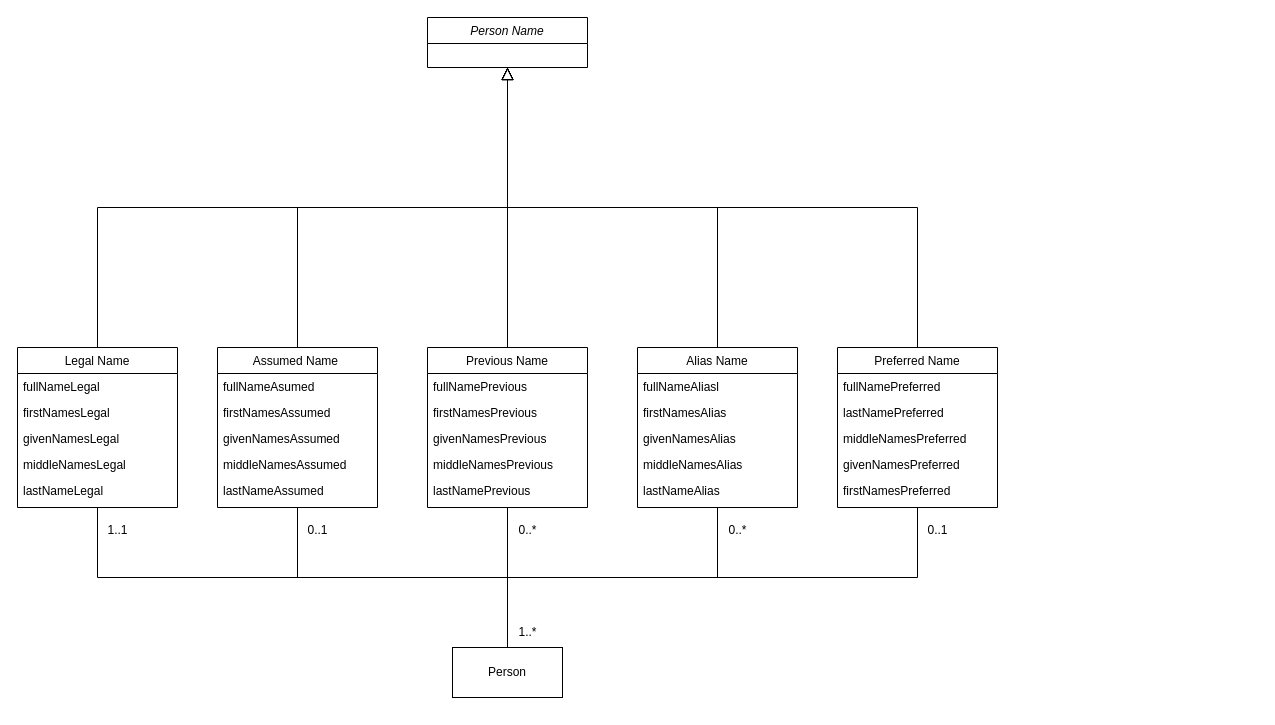
The draw.io diagram docs/schemas/PersonName_UML.drawio in bcgov/inclusive-names-service, before the edit. Source tidied: cells renumbered, new cells numbered last; positions are measured from the earlier drawing's top-left corner, leaving out a move shared by most shapes. Both pictures are drawn from the tidied source at 100%, with x=0, y=0 at pixel (17, 17).
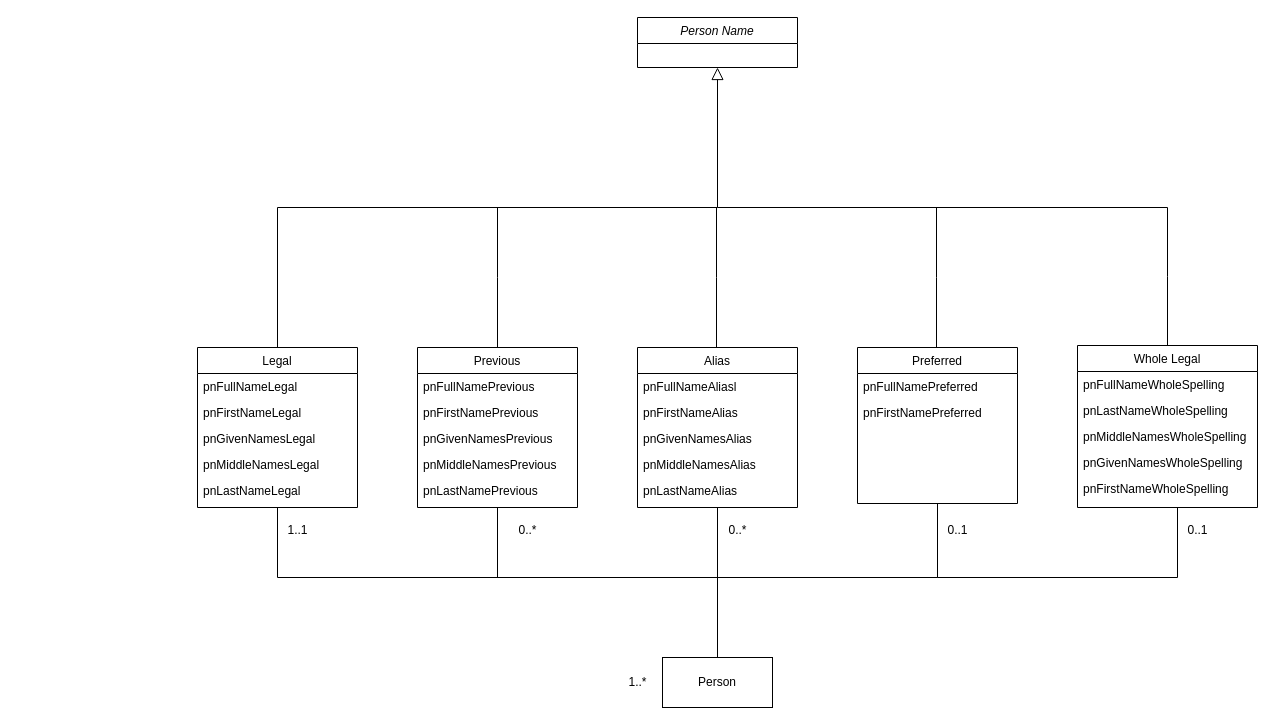
After the change.

Commit message (it also covers changes not shown here):
fixed schemas directory examples

Change to the diagram source:
```diff
@@
     <mxCell id="2" value="Person Name" style="swimlane;fontStyle=2;align=center;verticalAlign=top;horizontal=1;startSize=26;rounded=0;shadow=0;strokeWidth=1;" parent="1" vertex="1">
-      <mxGeometry x="410" width="160" height="50" as="geometry" />
+      <mxGeometry x="620" width="160" height="50" as="geometry" />
     </mxCell>
-    <mxCell id="3" value="Legal Name" style="swimlane;fontStyle=0;align=center;verticalAlign=top;horizontal=1;startSize=26;rounded=0;shadow=0;strokeWidth=1;" parent="1" vertex="1">
-      <mxGeometry y="330" width="160" height="160" as="geometry" />
+    <mxCell id="3" value="Legal" style="swimlane;fontStyle=0;align=center;verticalAlign=top;horizontal=1;startSize=26;rounded=0;shadow=0;strokeWidth=1;" parent="1" vertex="1">
+      <mxGeometry x="180" y="330" width="160" height="160" as="geometry" />
     </mxCell>
-    <mxCell id="4" value="fullNameLegal" style="text;align=left;verticalAlign=top;spacingLeft=4;spacingRight=4;overflow=hidden;" parent="3" vertex="1">
+    <mxCell id="4" value="pnFullNameLegal" style="text;align=left;verticalAlign=top;spacingLeft=4;spacingRight=4;overflow=hidden;" parent="3" vertex="1">
       <mxGeometry y="26" width="160" height="26" as="geometry" />
     </mxCell>
-    <mxCell id="5" value="firstNamesLegal" style="text;align=left;verticalAlign=top;spacingLeft=4;spacingRight=4;overflow=hidden;rounded=0;shadow=0;html=0;" parent="3" vertex="1">
+    <mxCell id="5" value="pnFirstNameLegal" style="text;align=left;verticalAlign=top;spacingLeft=4;spacingRight=4;overflow=hidden;rounded=0;shadow=0;html=0;" parent="3" vertex="1">
       <mxGeometry y="52" width="160" height="26" as="geometry" />
     </mxCell>
-    <mxCell id="6" value="givenNamesLegal" style="text;align=left;verticalAlign=top;spacingLeft=4;spacingRight=4;overflow=hidden;rounded=0;shadow=0;html=0;" parent="3" vertex="1">
+    <mxCell id="6" value="pnGivenNamesLegal" style="text;align=left;verticalAlign=top;spacingLeft=4;spacingRight=4;overflow=hidden;rounded=0;shadow=0;html=0;" parent="3" vertex="1">
       <mxGeometry y="78" width="160" height="26" as="geometry" />
     </mxCell>
-    <mxCell id="7" value="middleNamesLegal" style="text;align=left;verticalAlign=top;spacingLeft=4;spacingRight=4;overflow=hidden;rounded=0;shadow=0;html=0;" parent="3" vertex="1">
+    <mxCell id="7" value="pnMiddleNamesLegal" style="text;align=left;verticalAlign=top;spacingLeft=4;spacingRight=4;overflow=hidden;rounded=0;shadow=0;html=0;" parent="3" vertex="1">
       <mxGeometry y="104" width="160" height="26" as="geometry" />
     </mxCell>
-    <mxCell id="8" value="lastNameLegal" style="text;align=left;verticalAlign=top;spacingLeft=4;spacingRight=4;overflow=hidden;rounded=0;shadow=0;html=0;" parent="3" vertex="1">
+    <mxCell id="8" value="pnLastNameLegal" style="text;align=left;verticalAlign=top;spacingLeft=4;spacingRight=4;overflow=hidden;rounded=0;shadow=0;html=0;" parent="3" vertex="1">
       <mxGeometry y="130" width="160" height="26" as="geometry" />
     </mxCell>
@@
-    <mxCell id="10" value="Assumed Name " style="swimlane;fontStyle=0;align=center;verticalAlign=top;horizontal=1;startSize=26;rounded=0;shadow=0;strokeWidth=1;" parent="1" vertex="1">
-      <mxGeometry x="200" y="330" width="160" height="160" as="geometry" />
-    </mxCell>
-    <mxCell id="11" value="fullNameAsumed" style="text;align=left;verticalAlign=top;spacingLeft=4;spacingRight=4;overflow=hidden;" parent="10" vertex="1">
-      <mxGeometry y="26" width="160" height="26" as="geometry" />
-    </mxCell>
-    <mxCell id="12" value="firstNamesAssumed" style="text;align=left;verticalAlign=top;spacingLeft=4;spacingRight=4;overflow=hidden;rounded=0;shadow=0;html=0;" parent="10" vertex="1">
-      <mxGeometry y="52" width="160" height="26" as="geometry" />
-    </mxCell>
-    <mxCell id="13" value="givenNamesAssumed" style="text;align=left;verticalAlign=top;spacingLeft=4;spacingRight=4;overflow=hidden;rounded=0;shadow=0;html=0;" parent="10" vertex="1">
-      <mxGeometry y="78" width="160" height="26" as="geometry" />
-    </mxCell>
-    <mxCell id="14" value="middleNamesAssumed" style="text;align=left;verticalAlign=top;spacingLeft=4;spacingRight=4;overflow=hidden;rounded=0;shadow=0;html=0;" parent="10" vertex="1">
-      <mxGeometry y="104" width="160" height="26" as="geometry" />
-    </mxCell>
-    <mxCell id="15" value="lastNameAssumed" style="text;align=left;verticalAlign=top;spacingLeft=4;spacingRight=4;overflow=hidden;rounded=0;shadow=0;html=0;" parent="10" vertex="1">
-      <mxGeometry y="130" width="160" height="26" as="geometry" />
-    </mxCell>
-    <mxCell id="16" style="endArrow=block;endSize=10;endFill=0;shadow=0;strokeWidth=1;rounded=0;curved=0;edgeStyle=elbowEdgeStyle;elbow=vertical;" parent="1" edge="1" source="10" target="2">
-      <mxGeometry relative="1" as="geometry" />
-    </mxCell>
-    <mxCell id="17" value="Previous Name" style="swimlane;fontStyle=0;align=center;verticalAlign=top;horizontal=1;startSize=26;rounded=0;shadow=0;strokeWidth=1;" parent="1" vertex="1">
-      <mxGeometry x="410" y="330" width="160" height="160" as="geometry" />
+    <mxCell id="17" value="Previous" style="swimlane;fontStyle=0;align=center;verticalAlign=top;horizontal=1;startSize=26;rounded=0;shadow=0;strokeWidth=1;" parent="1" vertex="1">
+      <mxGeometry x="400" y="330" width="160" height="160" as="geometry" />
     </mxCell>
-    <mxCell id="18" value="fullNamePrevious" style="text;align=left;verticalAlign=top;spacingLeft=4;spacingRight=4;overflow=hidden;" parent="17" vertex="1">
+    <mxCell id="18" value="pnFullNamePrevious" style="text;align=left;verticalAlign=top;spacingLeft=4;spacingRight=4;overflow=hidden;" parent="17" vertex="1">
       <mxGeometry y="26" width="160" height="26" as="geometry" />
     </mxCell>
-    <mxCell id="19" value="firstNamesPrevious" style="text;align=left;verticalAlign=top;spacingLeft=4;spacingRight=4;overflow=hidden;rounded=0;shadow=0;html=0;" parent="17" vertex="1">
+    <mxCell id="19" value="pnFirstNamePrevious" style="text;align=left;verticalAlign=top;spacingLeft=4;spacingRight=4;overflow=hidden;rounded=0;shadow=0;html=0;" parent="17" vertex="1">
       <mxGeometry y="52" width="160" height="26" as="geometry" />
     </mxCell>
-    <mxCell id="20" value="givenNamesPrevious" style="text;align=left;verticalAlign=top;spacingLeft=4;spacingRight=4;overflow=hidden;rounded=0;shadow=0;html=0;" parent="17" vertex="1">
+    <mxCell id="20" value="pnGivenNamesPrevious" style="text;align=left;verticalAlign=top;spacingLeft=4;spacingRight=4;overflow=hidden;rounded=0;shadow=0;html=0;" parent="17" vertex="1">
       <mxGeometry y="78" width="160" height="26" as="geometry" />
     </mxCell>
-    <mxCell id="21" value="middleNamesPrevious" style="text;align=left;verticalAlign=top;spacingLeft=4;spacingRight=4;overflow=hidden;rounded=0;shadow=0;html=0;" parent="17" vertex="1">
+    <mxCell id="21" value="pnMiddleNamesPrevious" style="text;align=left;verticalAlign=top;spacingLeft=4;spacingRight=4;overflow=hidden;rounded=0;shadow=0;html=0;" parent="17" vertex="1">
       <mxGeometry y="104" width="160" height="26" as="geometry" />
     </mxCell>
-    <mxCell id="22" value="lastNamePrevious" style="text;align=left;verticalAlign=top;spacingLeft=4;spacingRight=4;overflow=hidden;rounded=0;shadow=0;html=0;" parent="17" vertex="1">
+    <mxCell id="22" value="pnLastNamePrevious" style="text;align=left;verticalAlign=top;spacingLeft=4;spacingRight=4;overflow=hidden;rounded=0;shadow=0;html=0;" parent="17" vertex="1">
       <mxGeometry y="130" width="160" height="26" as="geometry" />
     </mxCell>
-    <mxCell id="23" value="Alias Name" style="swimlane;fontStyle=0;align=center;verticalAlign=top;horizontal=1;startSize=26;rounded=0;shadow=0;strokeWidth=1;" parent="1" vertex="1">
+    <mxCell id="23" value="Alias" style="swimlane;fontStyle=0;align=center;verticalAlign=top;horizontal=1;startSize=26;rounded=0;shadow=0;strokeWidth=1;" parent="1" vertex="1">
       <mxGeometry x="620" y="330" width="160" height="160" as="geometry" />
     </mxCell>
-    <mxCell id="24" value="fullNameAliasl" style="text;align=left;verticalAlign=top;spacingLeft=4;spacingRight=4;overflow=hidden;" parent="23" vertex="1">
+    <mxCell id="24" value="pnFullNameAliasl" style="text;align=left;verticalAlign=top;spacingLeft=4;spacingRight=4;overflow=hidden;" parent="23" vertex="1">
       <mxGeometry y="26" width="160" height="26" as="geometry" />
     </mxCell>
-    <mxCell id="25" value="firstNamesAlias" style="text;align=left;verticalAlign=top;spacingLeft=4;spacingRight=4;overflow=hidden;rounded=0;shadow=0;html=0;" parent="23" vertex="1">
+    <mxCell id="25" value="pnFirstNameAlias" style="text;align=left;verticalAlign=top;spacingLeft=4;spacingRight=4;overflow=hidden;rounded=0;shadow=0;html=0;" parent="23" vertex="1">
       <mxGeometry y="52" width="160" height="26" as="geometry" />
     </mxCell>
-    <mxCell id="26" value="givenNamesAlias" style="text;align=left;verticalAlign=top;spacingLeft=4;spacingRight=4;overflow=hidden;rounded=0;shadow=0;html=0;" parent="23" vertex="1">
+    <mxCell id="26" value="pnGivenNamesAlias" style="text;align=left;verticalAlign=top;spacingLeft=4;spacingRight=4;overflow=hidden;rounded=0;shadow=0;html=0;" parent="23" vertex="1">
       <mxGeometry y="78" width="160" height="26" as="geometry" />
     </mxCell>
-    <mxCell id="27" value="middleNamesAlias" style="text;align=left;verticalAlign=top;spacingLeft=4;spacingRight=4;overflow=hidden;rounded=0;shadow=0;html=0;" parent="23" vertex="1">
+    <mxCell id="27" value="pnMiddleNamesAlias" style="text;align=left;verticalAlign=top;spacingLeft=4;spacingRight=4;overflow=hidden;rounded=0;shadow=0;html=0;" parent="23" vertex="1">
       <mxGeometry y="104" width="160" height="26" as="geometry" />
     </mxCell>
-    <mxCell id="28" value="lastNameAlias" style="text;align=left;verticalAlign=top;spacingLeft=4;spacingRight=4;overflow=hidden;rounded=0;shadow=0;html=0;" parent="23" vertex="1">
+    <mxCell id="28" value="pnLastNameAlias" style="text;align=left;verticalAlign=top;spacingLeft=4;spacingRight=4;overflow=hidden;rounded=0;shadow=0;html=0;" parent="23" vertex="1">
       <mxGeometry y="130" width="160" height="26" as="geometry" />
     </mxCell>
-    <mxCell id="29" value="Preferred Name" style="swimlane;fontStyle=0;align=center;verticalAlign=top;horizontal=1;startSize=26;rounded=0;shadow=0;strokeWidth=1;" parent="1" vertex="1">
-      <mxGeometry x="820" y="330" width="160" height="160" as="geometry" />
+    <mxCell id="29" value="Preferred" style="swimlane;fontStyle=0;align=center;verticalAlign=top;horizontal=1;startSize=26;rounded=0;shadow=0;strokeWidth=1;" parent="1" vertex="1">
+      <mxGeometry x="840" y="330" width="160" height="156" as="geometry" />
     </mxCell>
-    <mxCell id="30" value="fullNamePreferred " style="text;align=left;verticalAlign=top;spacingLeft=4;spacingRight=4;overflow=hidden;" parent="29" vertex="1">
+    <mxCell id="30" value="pnFullNamePreferred " style="text;align=left;verticalAlign=top;spacingLeft=4;spacingRight=4;overflow=hidden;" parent="29" vertex="1">
       <mxGeometry y="26" width="160" height="26" as="geometry" />
     </mxCell>
-    <mxCell id="31" value="lastNamePreferred" style="text;align=left;verticalAlign=top;spacingLeft=4;spacingRight=4;overflow=hidden;rounded=0;shadow=0;html=0;" parent="29" vertex="1">
-      <mxGeometry y="52" width="160" height="26" as="geometry" />
-    </mxCell>
-    <mxCell id="32" value="middleNamesPreferred" style="text;align=left;verticalAlign=top;spacingLeft=4;spacingRight=4;overflow=hidden;rounded=0;shadow=0;html=0;" parent="29" vertex="1">
-      <mxGeometry y="78" width="160" height="26" as="geometry" />
-    </mxCell>
-    <mxCell id="33" value="givenNamesPreferred" style="text;align=left;verticalAlign=top;spacingLeft=4;spacingRight=4;overflow=hidden;rounded=0;shadow=0;html=0;" parent="29" vertex="1">
-      <mxGeometry y="104" width="160" height="26" as="geometry" />
-    </mxCell>
-    <mxCell id="34" value="firstNamesPreferred" style="text;align=left;verticalAlign=top;spacingLeft=4;spacingRight=4;overflow=hidden;rounded=0;shadow=0;html=0;" parent="29" vertex="1">
-      <mxGeometry y="130" width="160" height="26" as="geometry" />
+    <mxCell id="34" value="pnFirstNamePreferred" style="text;align=left;verticalAlign=top;spacingLeft=4;spacingRight=4;overflow=hidden;rounded=0;shadow=0;html=0;" parent="29" vertex="1">
+      <mxGeometry y="52" width="160" height="26" as="geometry" />
     </mxCell>
-    <mxCell id="35" style="endArrow=block;endSize=10;endFill=0;shadow=0;strokeWidth=1;rounded=0;curved=0;edgeStyle=elbowEdgeStyle;elbow=vertical;exitX=0.5;exitY=0;exitDx=0;exitDy=0;" parent="1" edge="1" source="17">
+    <mxCell id="35" style="endArrow=none;endSize=10;endFill=0;shadow=0;strokeWidth=1;rounded=0;curved=0;edgeStyle=elbowEdgeStyle;elbow=vertical;startFill=0;" parent="1" edge="1">
       <mxGeometry relative="1" as="geometry">
-        <mxPoint x="490" y="50" as="targetPoint" />
+        <mxPoint x="480" y="330" as="sourcePoint" />
+        <mxPoint x="480" y="190" as="targetPoint" />
       </mxGeometry>
     </mxCell>
-    <mxCell id="36" style="endArrow=block;endSize=10;endFill=0;shadow=0;strokeWidth=1;rounded=0;curved=0;edgeStyle=elbowEdgeStyle;elbow=vertical;exitX=0.5;exitY=0;exitDx=0;exitDy=0;" parent="1" edge="1" source="23">
-      <mxGeometry relative="1" as="geometry">
-        <mxPoint x="490" y="50" as="targetPoint" />
-        <Array as="points">
-          <mxPoint x="660" y="190" />
-          <mxPoint x="423.2" y="233.6" />
-          <mxPoint x="604.2" y="288.6" />
-        </Array>
-      </mxGeometry>
-    </mxCell>
-    <mxCell id="37" style="endArrow=block;endSize=10;endFill=0;shadow=0;strokeWidth=1;rounded=0;curved=0;edgeStyle=elbowEdgeStyle;elbow=vertical;exitX=0.5;exitY=0;exitDx=0;exitDy=0;" parent="1" edge="1" source="29">
-      <mxGeometry relative="1" as="geometry">
-        <mxPoint x="490" y="50" as="targetPoint" />
-        <Array as="points">
-          <mxPoint x="700" y="190" />
-          <mxPoint x="590" y="198" />
-          <mxPoint x="520" y="168" />
-        </Array>
-      </mxGeometry>
-    </mxCell>
     <mxCell id="38" style="edgeStyle=orthogonalEdgeStyle;rounded=0;jettySize=auto;html=1;exitX=0.5;exitY=0;exitDx=0;exitDy=0;entryX=0.5;entryY=1;entryDx=0;entryDy=0;endArrow=none;startFill=0;" parent="1" edge="1" source="40" target="3">
-      <mxGeometry relative="1" as="geometry" />
+      <mxGeometry relative="1" as="geometry">
+        <Array as="points">
+          <mxPoint x="700" y="560" />
+          <mxPoint x="260" y="560" />
+        </Array>
+      </mxGeometry>
     </mxCell>
-    <mxCell id="39" style="edgeStyle=orthogonalEdgeStyle;rounded=0;jettySize=auto;html=1;entryX=0.5;entryY=1;entryDx=0;entryDy=0;endArrow=none;startFill=0;" parent="1" edge="1" source="40" target="17">
-      <mxGeometry relative="1" as="geometry" />
-    </mxCell>
     <mxCell id="40" value="Person" style="html=1;whiteSpace=wrap;" parent="1" vertex="1">
-      <mxGeometry x="435" y="630" width="110" height="50" as="geometry" />
+      <mxGeometry x="645" y="640" width="110" height="50" as="geometry" />
     </mxCell>
-    <mxCell id="41" style="edgeStyle=orthogonalEdgeStyle;rounded=0;jettySize=auto;html=1;exitX=0.5;exitY=0;exitDx=0;exitDy=0;entryX=0.5;entryY=1;entryDx=0;entryDy=0;endArrow=none;startFill=0;" parent="1" edge="1" source="40" target="10">
-      <mxGeometry relative="1" as="geometry" />
-    </mxCell>
@@
     <mxCell id="43" style="edgeStyle=orthogonalEdgeStyle;rounded=0;jettySize=auto;html=1;entryX=0.5;entryY=1;entryDx=0;entryDy=0;exitX=0.5;exitY=0;exitDx=0;exitDy=0;endArrow=none;startFill=0;" parent="1" edge="1" source="40" target="29">
-      <mxGeometry relative="1" as="geometry" />
+      <mxGeometry relative="1" as="geometry">
+        <Array as="points">
+          <mxPoint x="700" y="560" />
+          <mxPoint x="920" y="560" />
+        </Array>
+      </mxGeometry>
     </mxCell>
     <mxCell id="44" value="1..1" style="text;html=1;align=center;verticalAlign=middle;strokeColor=none;fillColor=none;" parent="1" vertex="1">
-      <mxGeometry x="80" y="498" width="40" height="30" as="geometry" />
+      <mxGeometry x="260" y="498" width="40" height="30" as="geometry" />
     </mxCell>
-    <mxCell id="45" value="0..1" style="text;html=1;align=center;verticalAlign=middle;strokeColor=none;fillColor=none;" parent="1" vertex="1">
-      <mxGeometry x="280" y="498" width="40" height="30" as="geometry" />
-    </mxCell>
@@
     <mxCell id="48" value="0..1" style="text;html=1;align=center;verticalAlign=middle;strokeColor=none;fillColor=none;" parent="1" vertex="1">
-      <mxGeometry x="900" y="498" width="40" height="30" as="geometry" />
+      <mxGeometry x="920" y="498" width="40" height="30" as="geometry" />
     </mxCell>
     <mxCell id="49" value="1..*" style="text;html=1;align=center;verticalAlign=middle;strokeColor=none;fillColor=none;" parent="1" vertex="1">
-      <mxGeometry x="490" y="600" width="40" height="30" as="geometry" />
+      <mxGeometry x="600" y="650" width="40" height="30" as="geometry" />
     </mxCell>
+    <mxCell id="50" style="endArrow=none;endSize=10;endFill=0;shadow=0;strokeWidth=1;rounded=0;curved=0;edgeStyle=elbowEdgeStyle;elbow=vertical;startFill=0;" parent="1" edge="1">
+      <mxGeometry relative="1" as="geometry">
+        <mxPoint x="699" y="330" as="sourcePoint" />
+        <mxPoint x="699" y="190" as="targetPoint" />
+      </mxGeometry>
+    </mxCell>
+    <mxCell id="51" value="Whole Legal" style="swimlane;fontStyle=0;align=center;verticalAlign=top;horizontal=1;startSize=26;rounded=0;shadow=0;strokeWidth=1;" parent="1" vertex="1">
+      <mxGeometry x="1060" y="328" width="180" height="162" as="geometry" />
+    </mxCell>
+    <mxCell id="52" value="pnFullNameWholeSpelling " style="text;align=left;verticalAlign=top;spacingLeft=4;spacingRight=4;overflow=hidden;" parent="51" vertex="1">
+      <mxGeometry y="26" width="180" height="26" as="geometry" />
+    </mxCell>
+    <mxCell id="53" value="pnLastNameWholeSpelling" style="text;align=left;verticalAlign=top;spacingLeft=4;spacingRight=4;overflow=hidden;rounded=0;shadow=0;html=0;" parent="51" vertex="1">
+      <mxGeometry y="52" width="180" height="26" as="geometry" />
+    </mxCell>
+    <mxCell id="54" value="pnMiddleNamesWholeSpelling" style="text;align=left;verticalAlign=top;spacingLeft=4;spacingRight=4;overflow=hidden;rounded=0;shadow=0;html=0;" parent="51" vertex="1">
+      <mxGeometry y="78" width="180" height="26" as="geometry" />
+    </mxCell>
+    <mxCell id="55" value="pnGivenNamesWholeSpelling" style="text;align=left;verticalAlign=top;spacingLeft=4;spacingRight=4;overflow=hidden;rounded=0;shadow=0;html=0;" parent="51" vertex="1">
+      <mxGeometry y="104" width="180" height="26" as="geometry" />
+    </mxCell>
+    <mxCell id="56" value="pnFirstNameWholeSpelling" style="text;align=left;verticalAlign=top;spacingLeft=4;spacingRight=4;overflow=hidden;rounded=0;shadow=0;html=0;" parent="51" vertex="1">
+      <mxGeometry y="130" width="180" height="26" as="geometry" />
+    </mxCell>
+    <mxCell id="57" style="endArrow=none;html=1;rounded=0;entryX=0.5;entryY=1;entryDx=0;entryDy=0;" parent="1" edge="1" target="17">
+      <mxGeometry relative="1" as="geometry">
+        <mxPoint x="480" y="560" as="sourcePoint" />
+      </mxGeometry>
+    </mxCell>
+    <mxCell id="58" style="edgeStyle=orthogonalEdgeStyle;rounded=0;orthogonalLoop=1;jettySize=auto;html=1;endArrow=none;startFill=0;" parent="1" edge="1">
+      <mxGeometry relative="1" as="geometry">
+        <mxPoint x="920" y="556" as="sourcePoint" />
+        <mxPoint x="1160" y="490" as="targetPoint" />
+        <Array as="points">
+          <mxPoint x="1160" y="560" />
+        </Array>
+      </mxGeometry>
+    </mxCell>
+    <mxCell id="45" value="0..1" style="text;html=1;align=center;verticalAlign=middle;strokeColor=none;fillColor=none;" parent="1" vertex="1">
+      <mxGeometry x="1160" y="498" width="40" height="30" as="geometry" />
+    </mxCell>
+    <mxCell id="59" style="endArrow=none;endSize=10;endFill=0;shadow=0;strokeWidth=1;rounded=0;curved=0;edgeStyle=elbowEdgeStyle;elbow=vertical;startFill=0;" parent="1" edge="1">
+      <mxGeometry relative="1" as="geometry">
+        <mxPoint x="919" y="330" as="sourcePoint" />
+        <mxPoint x="919" y="190" as="targetPoint" />
+        <Array as="points">
+          <mxPoint x="919" y="260" />
+        </Array>
+      </mxGeometry>
+    </mxCell>
+    <mxCell id="60" style="endArrow=none;endSize=10;endFill=0;shadow=0;strokeWidth=1;rounded=0;curved=0;edgeStyle=elbowEdgeStyle;elbow=vertical;startFill=0;exitX=0.5;exitY=0;exitDx=0;exitDy=0;" parent="1" edge="1" source="51">
+      <mxGeometry relative="1" as="geometry">
+        <mxPoint x="1150" y="190" as="targetPoint" />
+      </mxGeometry>
+    </mxCell>
+    <mxCell id="61" style="endArrow=none;html=1;rounded=0;" parent="1" edge="1">
+      <mxGeometry relative="1" as="geometry">
+        <mxPoint x="700" y="190" as="sourcePoint" />
+        <mxPoint x="1150" y="190" as="targetPoint" />
+      </mxGeometry>
+    </mxCell>
```
